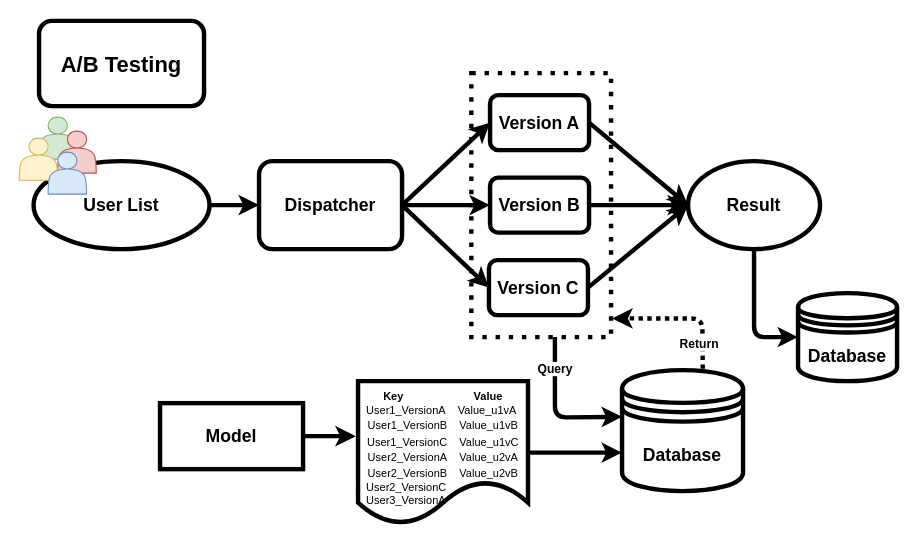
Before: page "versionLatest" (1 of 3) of wf_ab_testing.drawio in udothemath/my_drawio, a draw.io diagram. Source tidied: cells renumbered, new cells numbered last; positions are measured from the earlier drawing's top-left corner, leaving out a move shared by most shapes. Both pictures are drawn from the tidied source at 110%, with x=0, y=0 at pixel (19, 20).
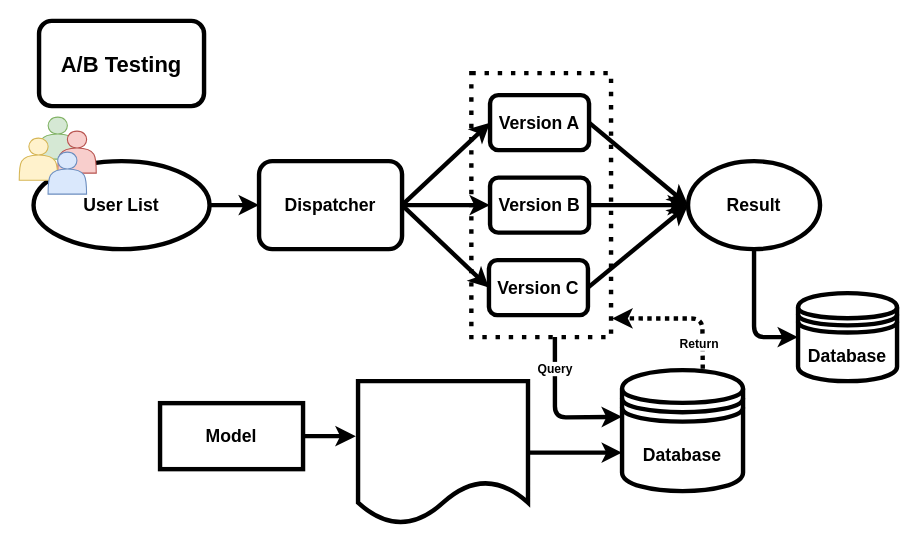
The same page after the edit.

Diff of the diagram source:
```diff
@@
-    <mxCell id="24" value="&lt;div&gt;&lt;span style=&quot;font-size: 10px&quot;&gt;&lt;b&gt;Key&amp;nbsp; &amp;nbsp; &amp;nbsp; &amp;nbsp; &amp;nbsp; &amp;nbsp; &amp;nbsp; &amp;nbsp; &amp;nbsp; &amp;nbsp; &amp;nbsp; &amp;nbsp;Value&lt;/b&gt;&lt;/span&gt;&lt;/div&gt;&lt;font style=&quot;font-size: 10px&quot;&gt;&lt;div&gt;&lt;span&gt;User1_VersionA&amp;nbsp; &amp;nbsp; Value_u1vA&amp;nbsp;&lt;/span&gt;&lt;/div&gt;&lt;span&gt;User1_&lt;/span&gt;VersionB&amp;nbsp; &amp;nbsp;&amp;nbsp;&lt;span&gt;Value_u1vB&lt;/span&gt;&lt;span&gt;&lt;br&gt;User1_&lt;/span&gt;VersionC&amp;nbsp; &amp;nbsp;&amp;nbsp;&lt;span&gt;Value_u1vC&lt;/span&gt;&lt;span&gt;&lt;br&gt;User2_&lt;/span&gt;VersionA&amp;nbsp; &amp;nbsp;&amp;nbsp;&lt;span&gt;Value_u2vA&lt;/span&gt;&lt;span&gt;&lt;br&gt;User2_&lt;/span&gt;VersionB&amp;nbsp; &amp;nbsp;&amp;nbsp;&lt;span&gt;Value_u2vB&lt;/span&gt;&lt;span&gt;&lt;br&gt;&lt;div style=&quot;text-align: left&quot;&gt;&lt;span&gt;User2_&lt;/span&gt;&lt;span&gt;VersionC&lt;/span&gt;&lt;/div&gt;&lt;/span&gt;&lt;div style=&quot;text-align: left&quot;&gt;&lt;span&gt;User3_VersionA&lt;/span&gt;&lt;/div&gt;&lt;br&gt;&lt;/font&gt;" style="shape=document;whiteSpace=wrap;html=1;boundedLbl=1;strokeWidth=4;fillColor=#FFFFFF;align=center;horizontal=1;verticalAlign=top;labelPosition=center;verticalLabelPosition=middle;" parent="1" vertex="1">
+    <mxCell id="24" value="&lt;div&gt;&lt;br&gt;&lt;/div&gt;&lt;font style=&quot;font-size: 10px&quot;&gt;&lt;span&gt;&lt;br&gt;&lt;/span&gt;&lt;br&gt;&lt;/font&gt;" style="shape=document;whiteSpace=wrap;html=1;boundedLbl=1;strokeWidth=4;fillColor=#FFFFFF;align=center;horizontal=1;verticalAlign=top;labelPosition=center;verticalLabelPosition=middle;" parent="1" vertex="1">
       <mxGeometry x="308" y="328" width="154.5" height="130" as="geometry" />
     </mxCell>
```
